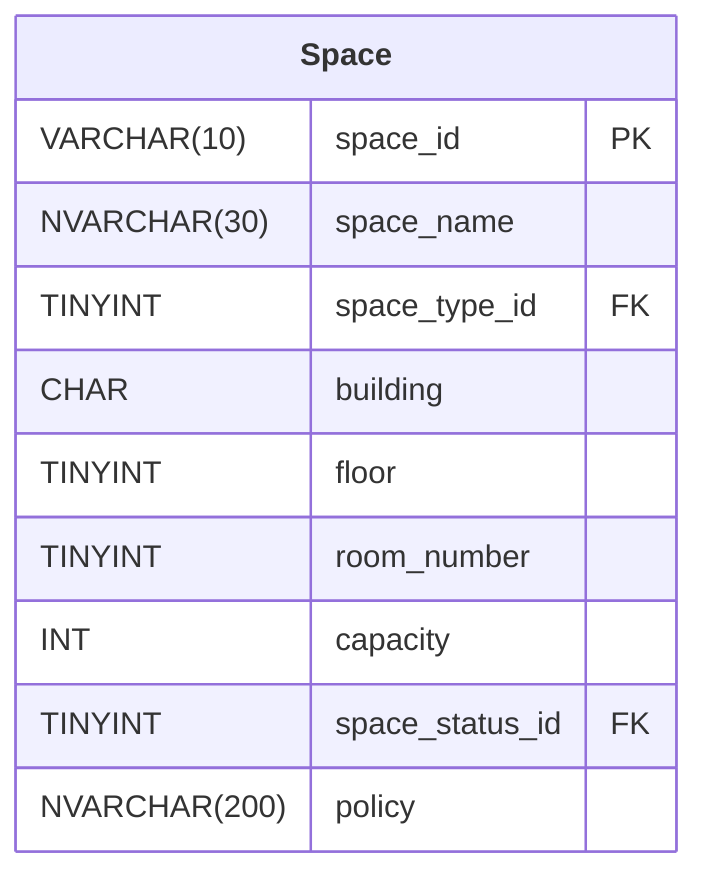
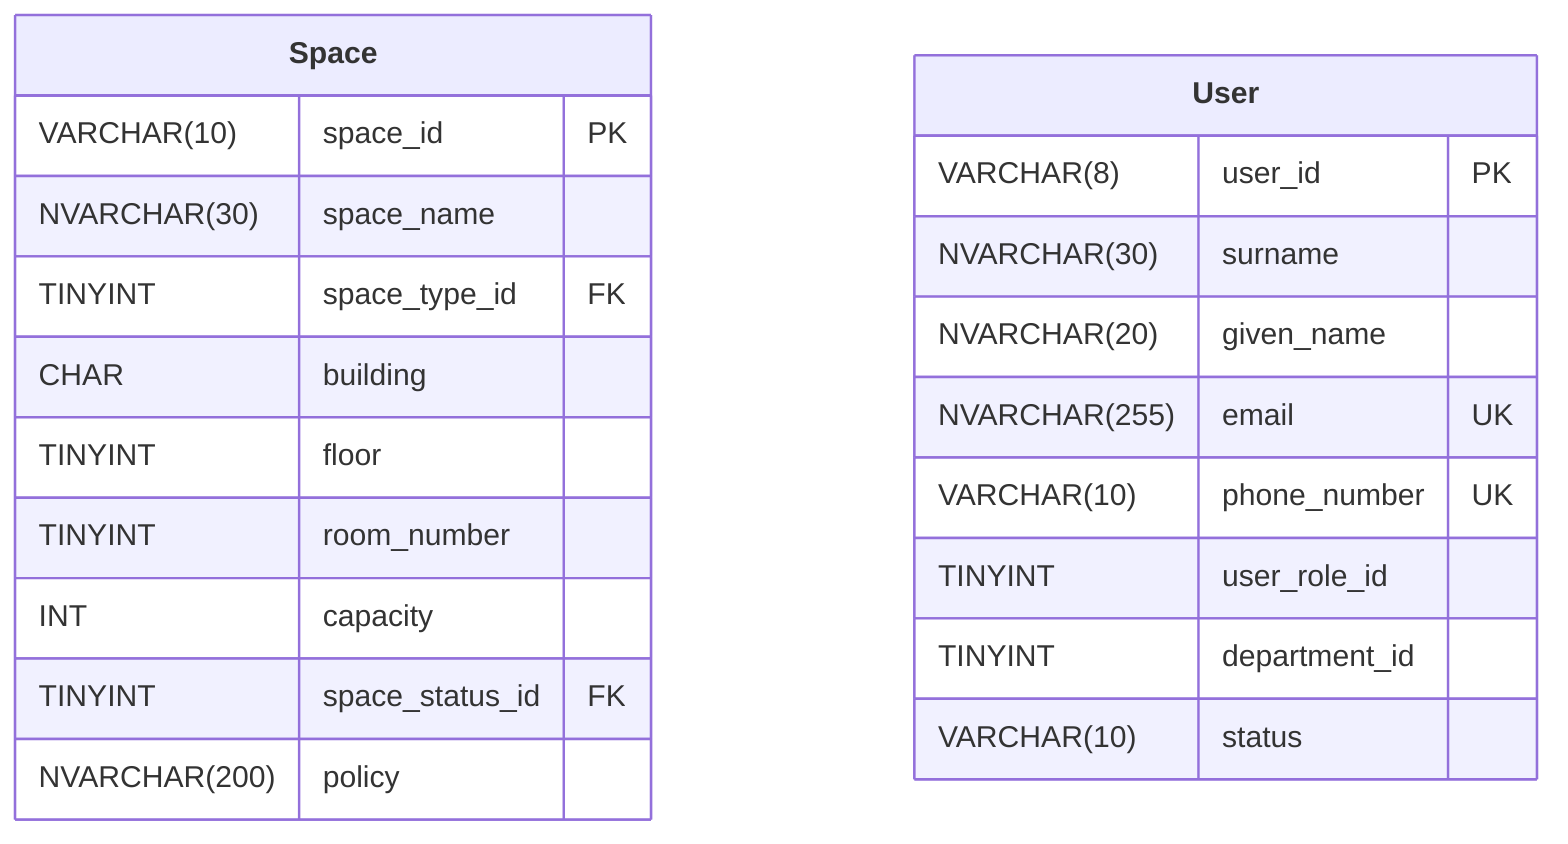
erDiagram

%% ENTITIES
**Space** {
	VARCHAR(10) space_id PK
	NVARCHAR(30) space_name
	TINYINT space_type_id FK
	CHAR building
	TINYINT floor
	TINYINT room_number
	INT capacity
	TINYINT space_status_id FK
	NVARCHAR(200) policy
+ }
+ 
+ **User** {
+ 	VARCHAR(8) user_id PK
+ 	NVARCHAR(30) surname
+ 	NVARCHAR(20) given_name
+ 	NVARCHAR(255) email UK
+ 	VARCHAR(10) phone_number UK
+ 	TINYINT user_role_id
+ 	TINYINT department_id
+ 	VARCHAR(10) status
}